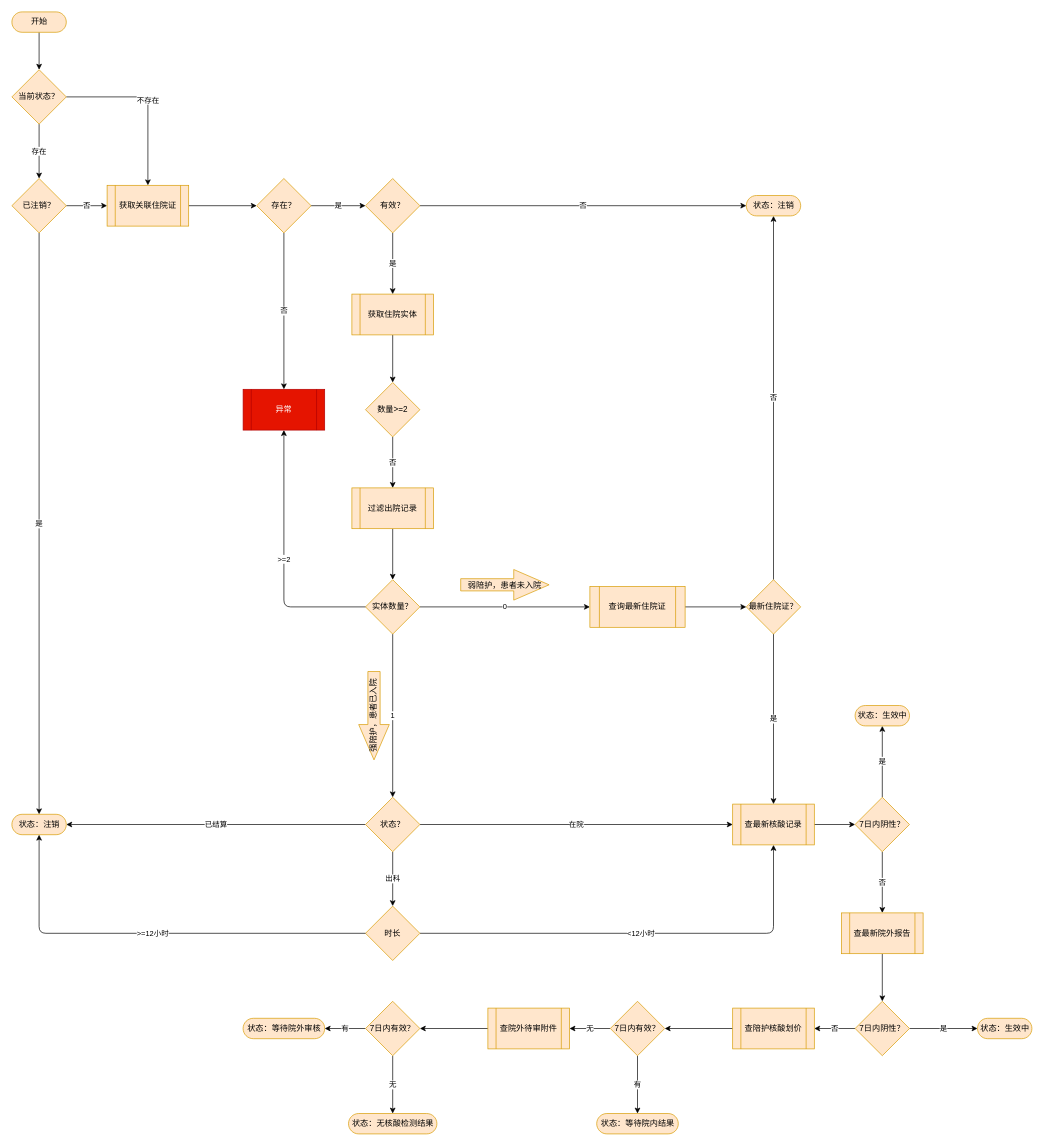
Before: src/main/java/com/kaos/document/获取陪护证实时状态.drawio in walnut-qin/springboot.skynet, a draw.io diagram. Source tidied: cells renumbered, new cells numbered last; positions are measured from the earlier drawing's top-left corner, leaving out a move shared by most shapes. Both pictures are drawn from the tidied source at 68%, with x=0, y=0 at pixel (12, 12).
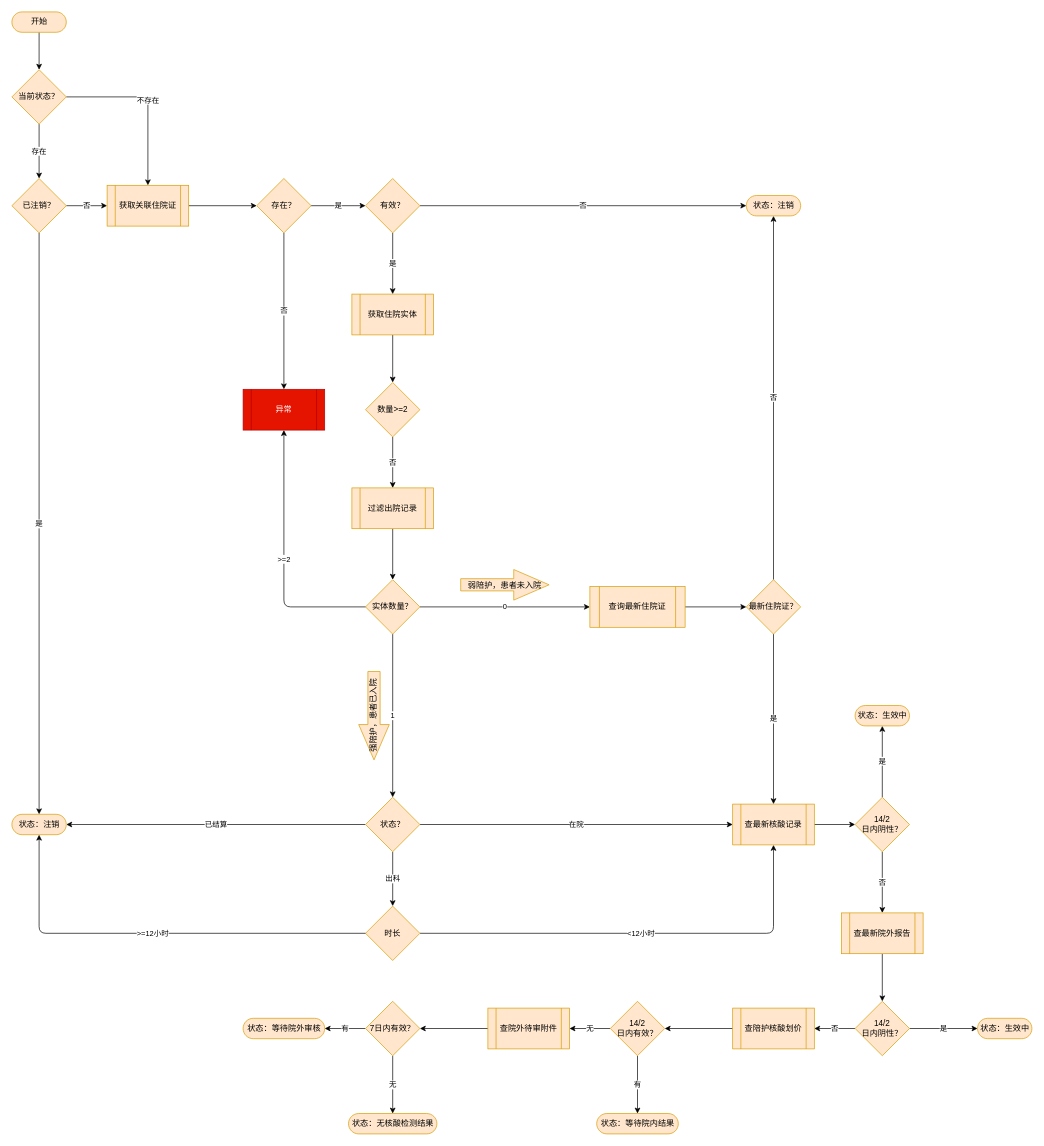
The same diagram, later.

Commit message (it also covers changes not shown here):
feat: 陪护状态判断的核酸结果，无效转有效需2天内核酸，有效内判断需14天

What changed in the source:
```diff
@@
-    <mxCell id="34" value="7日内阴性？" style="rhombus;whiteSpace=wrap;html=1;dashed=0;strokeColor=#d79b00;fillColor=#ffe6cc;" parent="1" vertex="1">
+    <mxCell id="34" value="14/2&lt;br&gt;日内阴性？" style="rhombus;whiteSpace=wrap;html=1;dashed=0;strokeColor=#d79b00;fillColor=#ffe6cc;" parent="1" vertex="1">
       <mxGeometry x="1240" y="1155" width="80" height="80" as="geometry" />
     </mxCell>
@@
-    <mxCell id="40" value="7日内阴性？" style="rhombus;whiteSpace=wrap;html=1;dashed=0;strokeColor=#d79b00;fillColor=#ffe6cc;" parent="1" vertex="1">
+    <mxCell id="40" value="14/2&lt;br&gt;日内阴性？" style="rhombus;whiteSpace=wrap;html=1;dashed=0;strokeColor=#d79b00;fillColor=#ffe6cc;" parent="1" vertex="1">
       <mxGeometry x="1240" y="1455" width="80" height="80" as="geometry" />
     </mxCell>
@@
-    <mxCell id="46" value="7日内有效？" style="rhombus;whiteSpace=wrap;html=1;dashed=0;strokeColor=#d79b00;fillColor=#ffe6cc;" parent="1" vertex="1">
+    <mxCell id="46" value="14/2&lt;br&gt;日内有效？" style="rhombus;whiteSpace=wrap;html=1;dashed=0;strokeColor=#d79b00;fillColor=#ffe6cc;" parent="1" vertex="1">
       <mxGeometry x="880" y="1455" width="80" height="80" as="geometry" />
     </mxCell>
```
